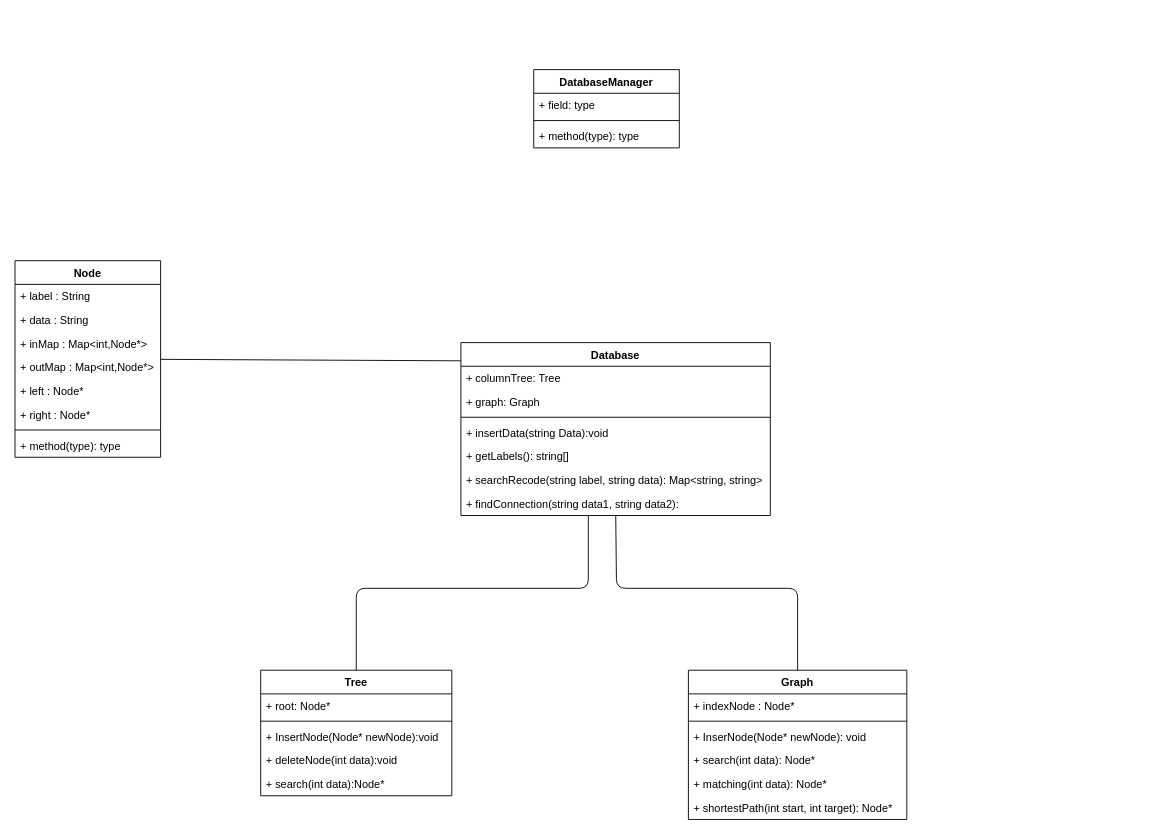
Earlier version of the draw.io diagram classDiagram.drawio (oshan35/Graph-Based-Data-Management-Tool). Source tidied: cells renumbered, new cells numbered last; positions are measured from the earlier drawing's top-left corner, leaving out a move shared by most shapes. Both pictures are drawn from the tidied source at 91%, with x=0, y=0 at pixel (15, 69).
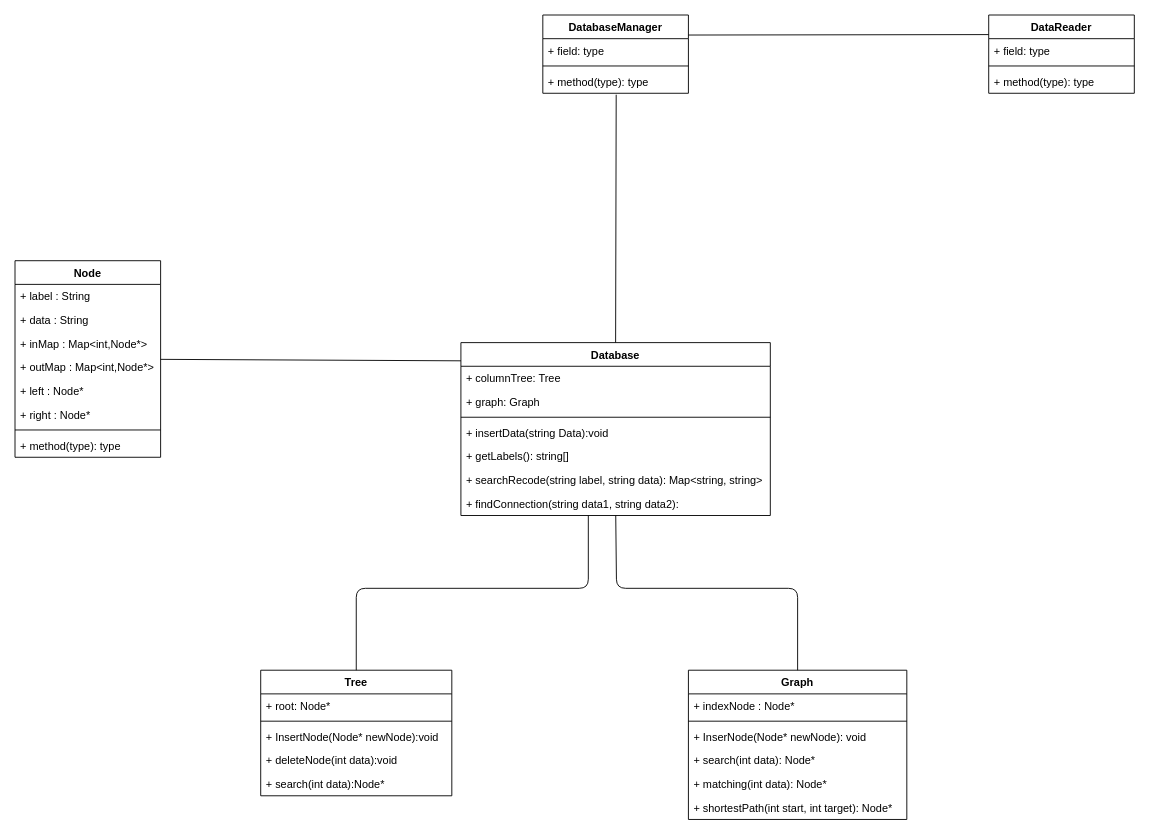
The same diagram, later.

Commit message:
changes to class diagram

Unchanged cells that the change refers to:
```xml
<mxCell id="24" value="Database" style="swimlane;fontStyle=1;align=center;verticalAlign=top;horizontal=1;startSize=26;" parent="1" vertex="1">
  <mxGeometry x="490" y="300" width="340" height="190" as="geometry" />
</mxCell>
<mxCell id="35" value="+ method(type): type" style="text;strokeColor=none;fillColor=none;align=left;verticalAlign=top;spacingLeft=4;spacingRight=4;overflow=hidden;points=[[0,0.5],[1,0.5]];portConstraint=eastwest;" parent="32" vertex="1">
  <mxGeometry y="60" width="160" height="26" as="geometry" />
</mxCell>
```

Diff of the diagram source:
```diff
@@
     <mxCell id="32" value="DatabaseManager" style="swimlane;fontStyle=1;align=center;verticalAlign=top;horizontal=1;startSize=26;" parent="1" vertex="1">
-      <mxGeometry x="570" width="160" height="86" as="geometry" />
+      <mxGeometry x="580" y="-60" width="160" height="86" as="geometry" />
     </mxCell>
@@
+    <mxCell id="39" value="DataReader" style="swimlane;fontStyle=1;align=center;verticalAlign=top;horizontal=1;startSize=26;" parent="1" vertex="1">
+      <mxGeometry x="1070" y="-60" width="160" height="86" as="geometry" />
+    </mxCell>
+    <mxCell id="40" value="+ field: type" style="text;strokeColor=none;fillColor=none;align=left;verticalAlign=top;spacingLeft=4;spacingRight=4;overflow=hidden;" parent="39" vertex="1">
+      <mxGeometry y="26" width="160" height="26" as="geometry" />
+    </mxCell>
+    <mxCell id="41" style="line;strokeWidth=1;fillColor=none;align=left;verticalAlign=middle;spacingTop=-1;spacingLeft=3;spacingRight=3;labelPosition=right;" parent="39" vertex="1">
+      <mxGeometry y="52" width="160" height="8" as="geometry" />
+    </mxCell>
+    <mxCell id="42" value="+ method(type): type" style="text;strokeColor=none;fillColor=none;align=left;verticalAlign=top;spacingLeft=4;spacingRight=4;overflow=hidden;" parent="39" vertex="1">
+      <mxGeometry y="60" width="160" height="26" as="geometry" />
+    </mxCell>
+    <mxCell id="43" style="endArrow=none;html=1;entryX=0;entryY=0.25;entryDx=0;entryDy=0;" parent="1" edge="1" target="39">
+      <mxGeometry relative="1" as="geometry">
+        <mxPoint x="740" y="-38" as="sourcePoint" />
+      </mxGeometry>
+    </mxCell>
+    <mxCell id="44" style="endArrow=none;html=1;exitX=0.5;exitY=0;exitDx=0;exitDy=0;entryX=0.504;entryY=1.061;entryDx=0;entryDy=0;entryPerimeter=0;" parent="1" edge="1" source="24" target="35">
+      <mxGeometry relative="1" as="geometry" />
+    </mxCell>
```
